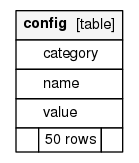
Before: static/schema/diagrams/orphans/config.1degree.png, a diagram exported from Graphviz (yogeshbhade20/SuiteDocs). Its source is kept beside it as static/schema/diagrams/orphans/config.1degree.dot. The source it was exported from:
```dot
digraph "config" {
  graph [
    rankdir="RL"
    bgcolor="#ffffff"
    nodesep="0.18"
    ranksep="0.46"
    fontname="Helvetica"
    fontsize="11"
    ration="compress"
  ];
  node [
    fontname="Helvetica"
    fontsize="11"
    shape="plaintext"
  ];
  edge [
    arrowsize="0.8"
  ];
  "config" [
   label=<
    <TABLE BORDER="0" CELLBORDER="1" CELLSPACING="0" BGCOLOR="#ffffff">
      <TR><TD COLSPAN="3"  BGCOLOR="#f5f5f5"><TABLE BORDER="0" CELLSPACING="0"><TR><TD ALIGN="LEFT"><B>config</B></TD><TD ALIGN="RIGHT">[table]</TD></TR></TABLE></TD></TR>
      <TR><TD PORT="category" COLSPAN="3" BGCOLOR="#ffffff" ALIGN="LEFT"><TABLE BORDER="0" CELLSPACING="0" ALIGN="LEFT"><TR ALIGN="LEFT"><TD ALIGN="LEFT" FIXEDSIZE="TRUE" WIDTH="15" HEIGHT="16"></TD><TD ALIGN="LEFT" FIXEDSIZE="TRUE" WIDTH="59" HEIGHT="16">category</TD></TR></TABLE></TD></TR>
      <TR><TD PORT="name" COLSPAN="3" ALIGN="LEFT"><TABLE BORDER="0" CELLSPACING="0" ALIGN="LEFT"><TR ALIGN="LEFT"><TD ALIGN="LEFT" FIXEDSIZE="TRUE" WIDTH="15" HEIGHT="16"></TD><TD ALIGN="LEFT" FIXEDSIZE="TRUE" WIDTH="59" HEIGHT="16">name</TD></TR></TABLE></TD></TR>
      <TR><TD PORT="value" COLSPAN="3" ALIGN="LEFT"><TABLE BORDER="0" CELLSPACING="0" ALIGN="LEFT"><TR ALIGN="LEFT"><TD ALIGN="LEFT" FIXEDSIZE="TRUE" WIDTH="15" HEIGHT="16"></TD><TD ALIGN="LEFT" FIXEDSIZE="TRUE" WIDTH="59" HEIGHT="16">value</TD></TR></TABLE></TD></TR>
      <TR><TD ALIGN="LEFT" BGCOLOR="#ffffff">  </TD><TD ALIGN="RIGHT" BGCOLOR="#ffffff">50 rows</TD><TD ALIGN="RIGHT" BGCOLOR="#ffffff">  </TD></TR>
    </TABLE>>
    URL="tables/config.html"
    tooltip="config"
  ];
}
```
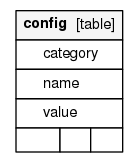
After the change.

What changed in the source:
```diff
@@ -23,7 +23,7 @@
       <TR><TD PORT="category" COLSPAN="3" BGCOLOR="#ffffff" ALIGN="LEFT"><TABLE BORDER="0" CELLSPACING="0" ALIGN="LEFT"><TR ALIGN="LEFT"><TD ALIGN="LEFT" FIXEDSIZE="TRUE" WIDTH="15" HEIGHT="16"></TD><TD ALIGN="LEFT" FIXEDSIZE="TRUE" WIDTH="59" HEIGHT="16">category</TD></TR></TABLE></TD></TR>
       <TR><TD PORT="name" COLSPAN="3" ALIGN="LEFT"><TABLE BORDER="0" CELLSPACING="0" ALIGN="LEFT"><TR ALIGN="LEFT"><TD ALIGN="LEFT" FIXEDSIZE="TRUE" WIDTH="15" HEIGHT="16"></TD><TD ALIGN="LEFT" FIXEDSIZE="TRUE" WIDTH="59" HEIGHT="16">name</TD></TR></TABLE></TD></TR>
       <TR><TD PORT="value" COLSPAN="3" ALIGN="LEFT"><TABLE BORDER="0" CELLSPACING="0" ALIGN="LEFT"><TR ALIGN="LEFT"><TD ALIGN="LEFT" FIXEDSIZE="TRUE" WIDTH="15" HEIGHT="16"></TD><TD ALIGN="LEFT" FIXEDSIZE="TRUE" WIDTH="59" HEIGHT="16">value</TD></TR></TABLE></TD></TR>
-      <TR><TD ALIGN="LEFT" BGCOLOR="#ffffff">  </TD><TD ALIGN="RIGHT" BGCOLOR="#ffffff">50 rows</TD><TD ALIGN="RIGHT" BGCOLOR="#ffffff">  </TD></TR>
+      <TR><TD ALIGN="LEFT" BGCOLOR="#ffffff">  </TD><TD ALIGN="RIGHT" BGCOLOR="#ffffff">  </TD><TD ALIGN="RIGHT" BGCOLOR="#ffffff">  </TD></TR>
     </TABLE>>
     URL="tables/config.html"
     tooltip="config"
```
